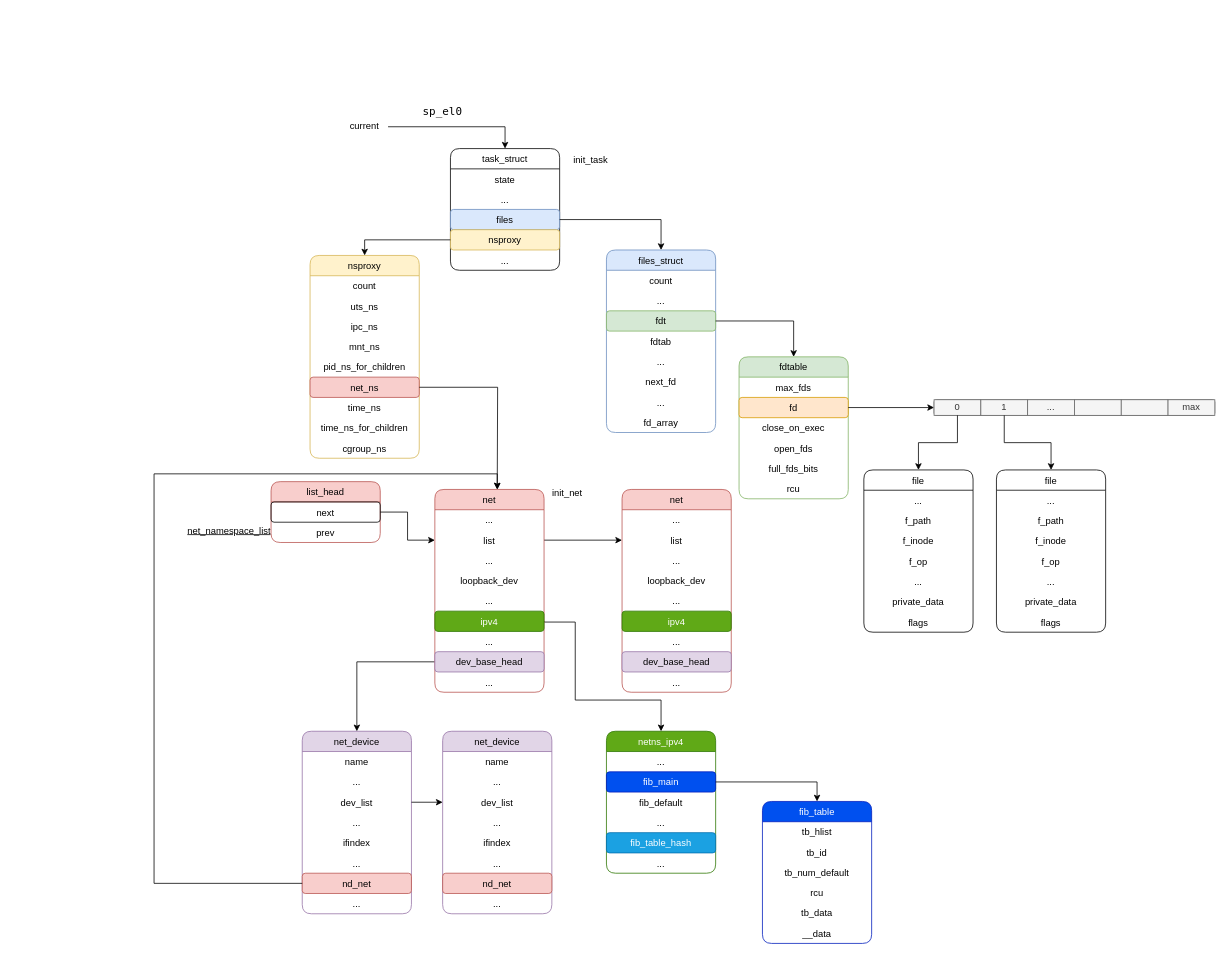
This is page "task" (9 of 14) of kernel.drawio from adinxu/draw.io, a draw.io file, before an edit. Source tidied: cells renumbered, new cells numbered last; positions are measured from the earlier drawing's top-left corner, leaving out a move shared by most shapes. Both pictures are drawn from the tidied source at 78%, with x=0, y=0 at pixel (154, 99).
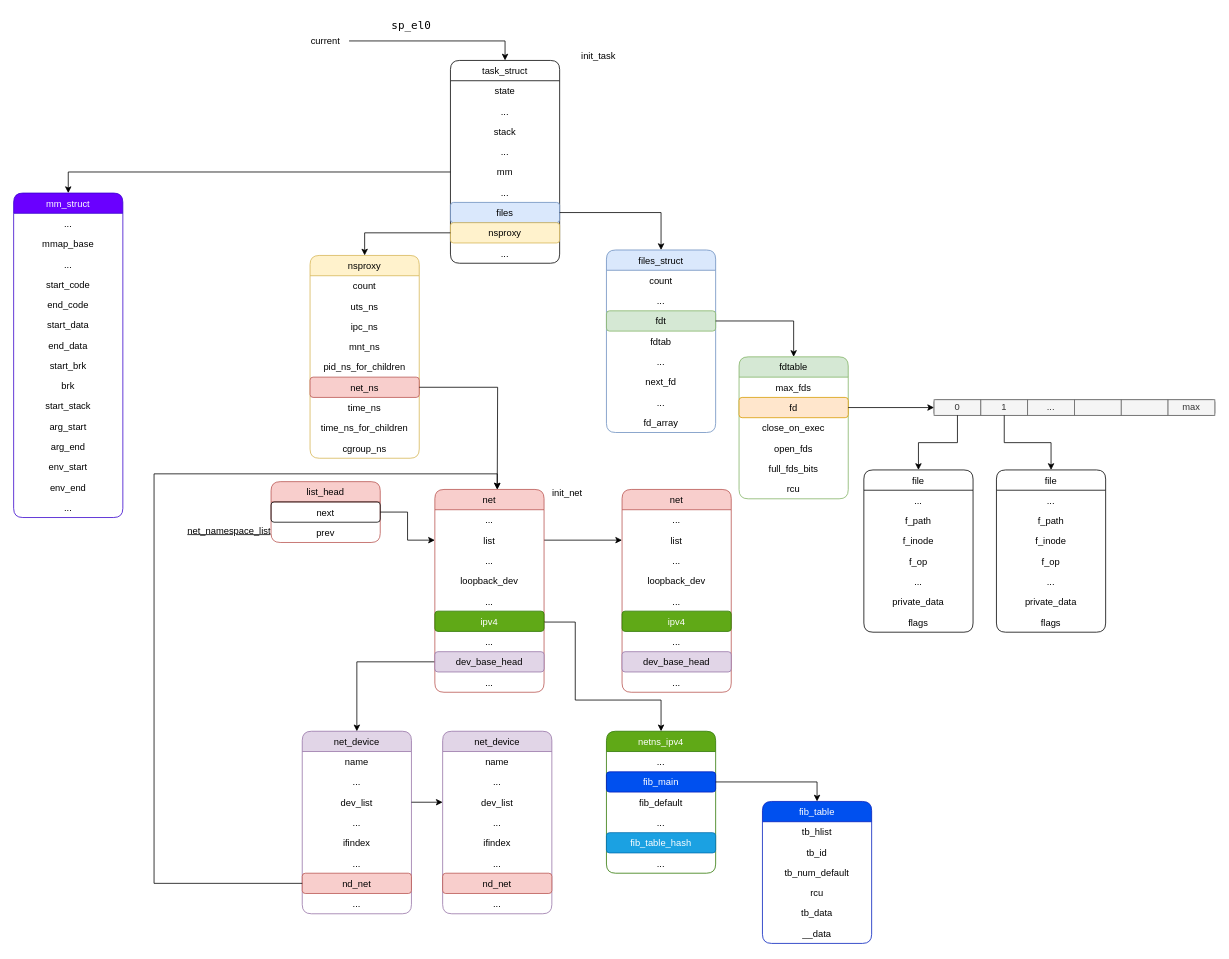
Above is the later version.

Change to the diagram source:
```diff
@@
     <mxCell id="45" value="task_struct" style="swimlane;fontStyle=0;horizontal=1;startSize=26;fillColor=none;rounded=1;shadow=0;glass=0;labelBackgroundColor=none;sketch=0;fontFamily=Helvetica;fontSize=12;fontColor=default;strokeColor=default;" parent="1" vertex="1">
-      <mxGeometry x="380" y="63" width="140" height="156" as="geometry" />
+      <mxGeometry x="380" y="-50" width="140" height="260" as="geometry" />
     </mxCell>
+    <mxCell id="132" value="state" style="text;align=center;verticalAlign=top;spacingLeft=4;spacingRight=4;overflow=hidden;rounded=1;shadow=0;glass=0;labelBackgroundColor=none;sketch=0;fontFamily=Helvetica;fontSize=12;" parent="45" vertex="1">
+      <mxGeometry y="26" width="140" height="26" as="geometry" />
+    </mxCell>
+    <mxCell id="133" value="..." style="text;align=center;verticalAlign=top;spacingLeft=4;spacingRight=4;overflow=hidden;rounded=1;shadow=0;glass=0;labelBackgroundColor=none;sketch=0;fontFamily=Helvetica;fontSize=12;" parent="45" vertex="1">
+      <mxGeometry y="52" width="140" height="26" as="geometry" />
+    </mxCell>
+    <mxCell id="134" value="stack" style="text;align=center;verticalAlign=top;spacingLeft=4;spacingRight=4;overflow=hidden;rounded=1;shadow=0;glass=0;labelBackgroundColor=none;sketch=0;fontFamily=Helvetica;fontSize=12;" parent="45" vertex="1">
+      <mxGeometry y="78" width="140" height="26" as="geometry" />
+    </mxCell>
+    <mxCell id="135" value="..." style="text;align=center;verticalAlign=top;spacingLeft=4;spacingRight=4;overflow=hidden;rounded=1;shadow=0;glass=0;labelBackgroundColor=none;sketch=0;fontFamily=Helvetica;fontSize=12;" parent="45" vertex="1">
+      <mxGeometry y="104" width="140" height="26" as="geometry" />
+    </mxCell>
-    <mxCell id="46" value="state" style="text;align=center;verticalAlign=top;spacingLeft=4;spacingRight=4;overflow=hidden;points=[[0,0.5],[1,0.5]];portConstraint=eastwest;rounded=1;shadow=0;glass=0;labelBackgroundColor=none;sketch=0;fontFamily=Helvetica;fontSize=12;" parent="45" vertex="1">
-      <mxGeometry y="26" width="140" height="26" as="geometry" />
+    <mxCell id="46" value="mm" style="text;align=center;verticalAlign=top;spacingLeft=4;spacingRight=4;overflow=hidden;points=[[0,0.5],[1,0.5]];portConstraint=eastwest;rounded=1;shadow=0;glass=0;labelBackgroundColor=none;sketch=0;fontFamily=Helvetica;fontSize=12;" parent="45" vertex="1">
+      <mxGeometry y="130" width="140" height="26" as="geometry" />
     </mxCell>
     <mxCell id="47" value="..." style="text;strokeColor=none;fillColor=none;align=center;verticalAlign=top;spacingLeft=4;spacingRight=4;overflow=hidden;rounded=1;shadow=0;glass=0;labelBackgroundColor=none;sketch=0;fontFamily=Helvetica;fontSize=12;fontColor=default;" parent="45" vertex="1">
-      <mxGeometry y="52" width="140" height="26" as="geometry" />
+      <mxGeometry y="156" width="140" height="26" as="geometry" />
     </mxCell>
     <mxCell id="48" value="files" style="text;strokeColor=#6c8ebf;fillColor=#dae8fc;align=center;verticalAlign=top;spacingLeft=4;spacingRight=4;overflow=hidden;points=[[0,0.5],[1,0.5]];portConstraint=eastwest;rounded=1;shadow=0;glass=0;labelBackgroundColor=none;sketch=0;fontFamily=Helvetica;fontSize=12;" parent="45" vertex="1">
-      <mxGeometry y="78" width="140" height="26" as="geometry" />
+      <mxGeometry y="182" width="140" height="26" as="geometry" />
     </mxCell>
     <mxCell id="49" value="nsproxy" style="text;align=center;verticalAlign=top;spacingLeft=4;spacingRight=4;overflow=hidden;points=[[0,0.5],[1,0.5]];portConstraint=eastwest;rounded=1;shadow=0;glass=0;labelBackgroundColor=none;sketch=0;fontFamily=Helvetica;fontSize=12;fillColor=#fff2cc;strokeColor=#d6b656;" parent="45" vertex="1">
-      <mxGeometry y="104" width="140" height="26" as="geometry" />
+      <mxGeometry y="208" width="140" height="26" as="geometry" />
     </mxCell>
     <mxCell id="50" value="..." style="text;strokeColor=none;fillColor=none;align=center;verticalAlign=top;spacingLeft=4;spacingRight=4;overflow=hidden;rounded=1;shadow=0;glass=0;labelBackgroundColor=none;sketch=0;fontFamily=Helvetica;fontSize=12;fontColor=default;" parent="45" vertex="1">
-      <mxGeometry y="130" width="140" height="26" as="geometry" />
+      <mxGeometry y="234" width="140" height="26" as="geometry" />
     </mxCell>
@@
     <mxCell id="128" value="init_task" style="text;html=1;align=center;verticalAlign=middle;whiteSpace=wrap;rounded=0;" parent="1" vertex="1">
-      <mxGeometry x="530" y="63" width="60" height="30" as="geometry" />
+      <mxGeometry x="540" y="-70" width="60" height="30" as="geometry" />
     </mxCell>
@@
     <mxCell id="130" value="current" style="text;html=1;align=center;verticalAlign=middle;whiteSpace=wrap;rounded=0;" parent="1" vertex="1">
-      <mxGeometry x="240" y="20" width="60" height="30" as="geometry" />
+      <mxGeometry x="190" y="-90" width="60" height="30" as="geometry" />
     </mxCell>
     <mxCell id="131" value="&lt;span style=&quot;caret-color: rgb(153, 204, 153); font-family: &amp;quot;Source Code Pro&amp;quot;, &amp;quot;DejaVu Sans Mono&amp;quot;, &amp;quot;Ubuntu Mono&amp;quot;, &amp;quot;Anonymous Pro&amp;quot;, &amp;quot;Droid Sans Mono&amp;quot;, Menlo, Monaco, Consolas, Inconsolata, Courier, monospace, &amp;quot;PingFang SC&amp;quot;, &amp;quot;Microsoft YaHei&amp;quot;, sans-serif; font-size: 14px; text-align: start; white-space: pre;&quot;&gt;sp_el0&lt;/span&gt;" style="text;html=1;align=center;verticalAlign=middle;whiteSpace=wrap;rounded=0;labelBackgroundColor=none;fontColor=default;" parent="1" vertex="1">
-      <mxGeometry x="340" width="60" height="30" as="geometry" />
+      <mxGeometry x="300" y="-110" width="60" height="30" as="geometry" />
     </mxCell>
+    <mxCell id="136" value="mm_struct" style="swimlane;fontStyle=0;horizontal=1;startSize=26;fillColor=#6a00ff;rounded=1;shadow=0;glass=0;labelBackgroundColor=none;sketch=0;fontFamily=Helvetica;fontSize=12;strokeColor=#3700CC;fontColor=#ffffff;" parent="1" vertex="1">
+      <mxGeometry x="-180" y="120" width="140" height="416" as="geometry" />
+    </mxCell>
+    <mxCell id="137" value="..." style="text;align=center;verticalAlign=top;spacingLeft=4;spacingRight=4;overflow=hidden;rounded=1;shadow=0;glass=0;labelBackgroundColor=none;sketch=0;fontFamily=Helvetica;fontSize=12;" parent="136" vertex="1">
+      <mxGeometry y="26" width="140" height="26" as="geometry" />
+    </mxCell>
+    <mxCell id="138" value="mmap_base" style="text;align=center;verticalAlign=top;spacingLeft=4;spacingRight=4;overflow=hidden;rounded=1;shadow=0;glass=0;labelBackgroundColor=none;sketch=0;fontFamily=Helvetica;fontSize=12;" parent="136" vertex="1">
+      <mxGeometry y="52" width="140" height="26" as="geometry" />
+    </mxCell>
+    <mxCell id="139" value="..." style="text;align=center;verticalAlign=top;spacingLeft=4;spacingRight=4;overflow=hidden;rounded=1;shadow=0;glass=0;labelBackgroundColor=none;sketch=0;fontFamily=Helvetica;fontSize=12;" parent="136" vertex="1">
+      <mxGeometry y="78" width="140" height="26" as="geometry" />
+    </mxCell>
+    <mxCell id="140" value="start_code" style="text;align=center;verticalAlign=top;spacingLeft=4;spacingRight=4;overflow=hidden;rounded=1;shadow=0;glass=0;labelBackgroundColor=none;sketch=0;fontFamily=Helvetica;fontSize=12;" parent="136" vertex="1">
+      <mxGeometry y="104" width="140" height="26" as="geometry" />
+    </mxCell>
+    <mxCell id="141" value="end_code" style="text;strokeColor=none;fillColor=none;align=center;verticalAlign=top;spacingLeft=4;spacingRight=4;overflow=hidden;rounded=1;shadow=0;glass=0;labelBackgroundColor=none;sketch=0;fontFamily=Helvetica;fontSize=12;fontColor=default;" parent="136" vertex="1">
+      <mxGeometry y="130" width="140" height="26" as="geometry" />
+    </mxCell>
+    <mxCell id="142" value="start_data" style="text;strokeColor=none;fillColor=none;align=center;verticalAlign=top;spacingLeft=4;spacingRight=4;overflow=hidden;rounded=1;shadow=0;glass=0;labelBackgroundColor=none;sketch=0;fontFamily=Helvetica;fontSize=12;fontColor=default;" parent="136" vertex="1">
+      <mxGeometry y="156" width="140" height="26" as="geometry" />
+    </mxCell>
+    <mxCell id="143" value="end_data" style="text;align=center;verticalAlign=top;spacingLeft=4;spacingRight=4;overflow=hidden;rounded=1;shadow=0;glass=0;labelBackgroundColor=none;sketch=0;fontFamily=Helvetica;fontSize=12;" parent="136" vertex="1">
+      <mxGeometry y="182" width="140" height="26" as="geometry" />
+    </mxCell>
+    <mxCell id="144" value="start_brk" style="text;align=center;verticalAlign=top;spacingLeft=4;spacingRight=4;overflow=hidden;rounded=1;shadow=0;glass=0;labelBackgroundColor=none;sketch=0;fontFamily=Helvetica;fontSize=12;" parent="136" vertex="1">
+      <mxGeometry y="208" width="140" height="26" as="geometry" />
+    </mxCell>
+    <mxCell id="145" value="brk" style="text;align=center;verticalAlign=top;spacingLeft=4;spacingRight=4;overflow=hidden;rounded=1;shadow=0;glass=0;labelBackgroundColor=none;sketch=0;fontFamily=Helvetica;fontSize=12;" parent="136" vertex="1">
+      <mxGeometry y="234" width="140" height="26" as="geometry" />
+    </mxCell>
+    <mxCell id="146" value="start_stack" style="text;align=center;verticalAlign=top;spacingLeft=4;spacingRight=4;overflow=hidden;rounded=1;shadow=0;glass=0;labelBackgroundColor=none;sketch=0;fontFamily=Helvetica;fontSize=12;" parent="136" vertex="1">
+      <mxGeometry y="260" width="140" height="26" as="geometry" />
+    </mxCell>
+    <mxCell id="147" value="arg_start" style="text;align=center;verticalAlign=top;spacingLeft=4;spacingRight=4;overflow=hidden;rounded=1;shadow=0;glass=0;labelBackgroundColor=none;sketch=0;fontFamily=Helvetica;fontSize=12;" parent="136" vertex="1">
+      <mxGeometry y="286" width="140" height="26" as="geometry" />
+    </mxCell>
+    <mxCell id="148" value="arg_end" style="text;align=center;verticalAlign=top;spacingLeft=4;spacingRight=4;overflow=hidden;rounded=1;shadow=0;glass=0;labelBackgroundColor=none;sketch=0;fontFamily=Helvetica;fontSize=12;" parent="136" vertex="1">
+      <mxGeometry y="312" width="140" height="26" as="geometry" />
+    </mxCell>
+    <mxCell id="149" value="env_start" style="text;align=center;verticalAlign=top;spacingLeft=4;spacingRight=4;overflow=hidden;rounded=1;shadow=0;glass=0;labelBackgroundColor=none;sketch=0;fontFamily=Helvetica;fontSize=12;" parent="136" vertex="1">
+      <mxGeometry y="338" width="140" height="26" as="geometry" />
+    </mxCell>
+    <mxCell id="150" value="env_end" style="text;align=center;verticalAlign=top;spacingLeft=4;spacingRight=4;overflow=hidden;rounded=1;shadow=0;glass=0;labelBackgroundColor=none;sketch=0;fontFamily=Helvetica;fontSize=12;" parent="136" vertex="1">
+      <mxGeometry y="364" width="140" height="26" as="geometry" />
+    </mxCell>
+    <mxCell id="151" value="..." style="text;strokeColor=none;fillColor=none;align=center;verticalAlign=top;spacingLeft=4;spacingRight=4;overflow=hidden;rounded=1;shadow=0;glass=0;labelBackgroundColor=none;sketch=0;fontFamily=Helvetica;fontSize=12;fontColor=default;" parent="136" vertex="1">
+      <mxGeometry y="390" width="140" height="26" as="geometry" />
+    </mxCell>
+    <mxCell id="152" style="edgeStyle=orthogonalEdgeStyle;rounded=0;jettySize=auto;html=1;exitX=0;exitY=0.5;exitDx=0;exitDy=0;entryX=0.5;entryY=0;entryDx=0;entryDy=0;" parent="1" edge="1" source="46" target="136">
+      <mxGeometry relative="1" as="geometry" />
+    </mxCell>
```
